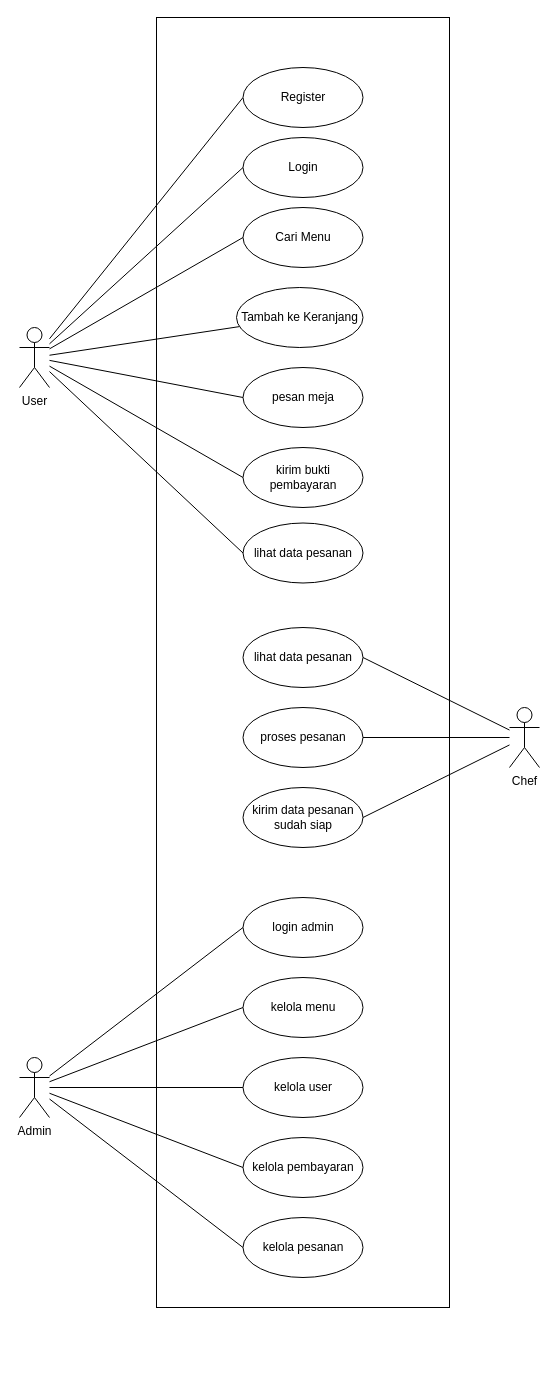
bayuxxx/pemrograman-web keeps this draw.io diagram as page "Halaman-6" (5 of 6) of Diagram Tanpa Judul.drawio. Above is the earlier version. Source tidied: cells renumbered, new cells numbered last; positions are measured from the earlier drawing's top-left corner, leaving out a move shared by most shapes. Both pictures are drawn from the tidied source at 100%, with x=0, y=0 at pixel (19, 17).
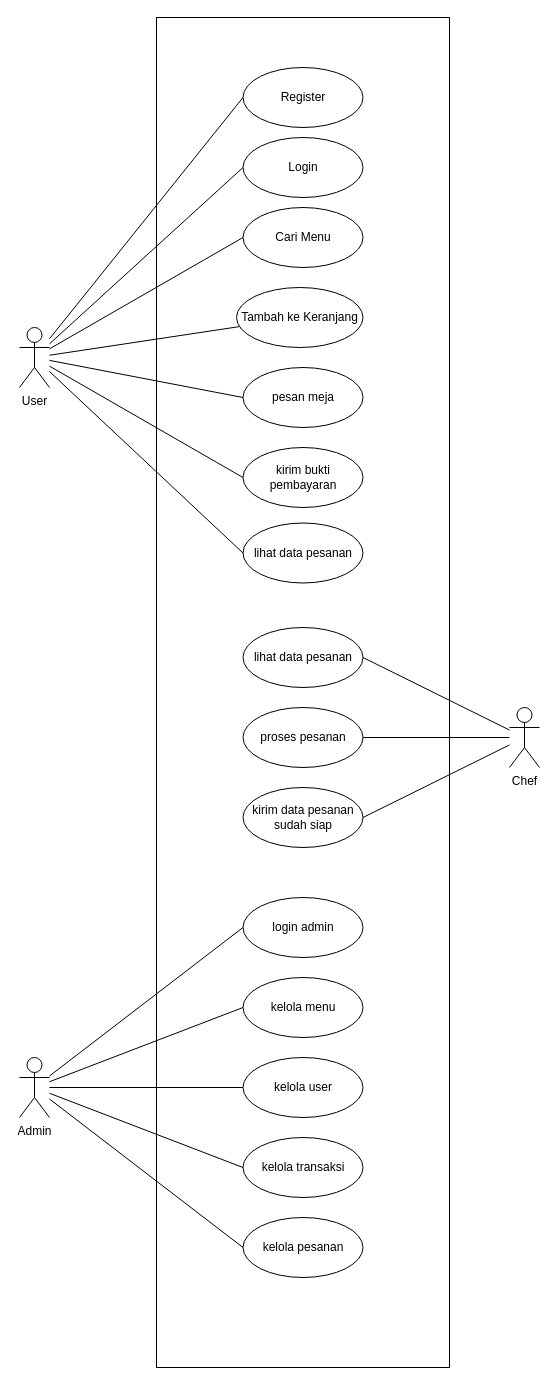
The same page after the edit.

Diff of the diagram source:
```diff
@@
     <mxCell id="2" style="rounded=0;whiteSpace=wrap;html=1;" parent="1" vertex="1">
-      <mxGeometry x="137" width="293" height="1290" as="geometry" />
+      <mxGeometry x="137" width="293" height="1350" as="geometry" />
     </mxCell>
@@
-    <mxCell id="33" value="kelola pembayaran" style="ellipse;whiteSpace=wrap;html=1;" parent="1" vertex="1">
+    <mxCell id="33" value="kelola transaksi" style="ellipse;whiteSpace=wrap;html=1;" parent="1" vertex="1">
       <mxGeometry x="223.5" y="1120" width="120" height="60" as="geometry" />
     </mxCell>
```
